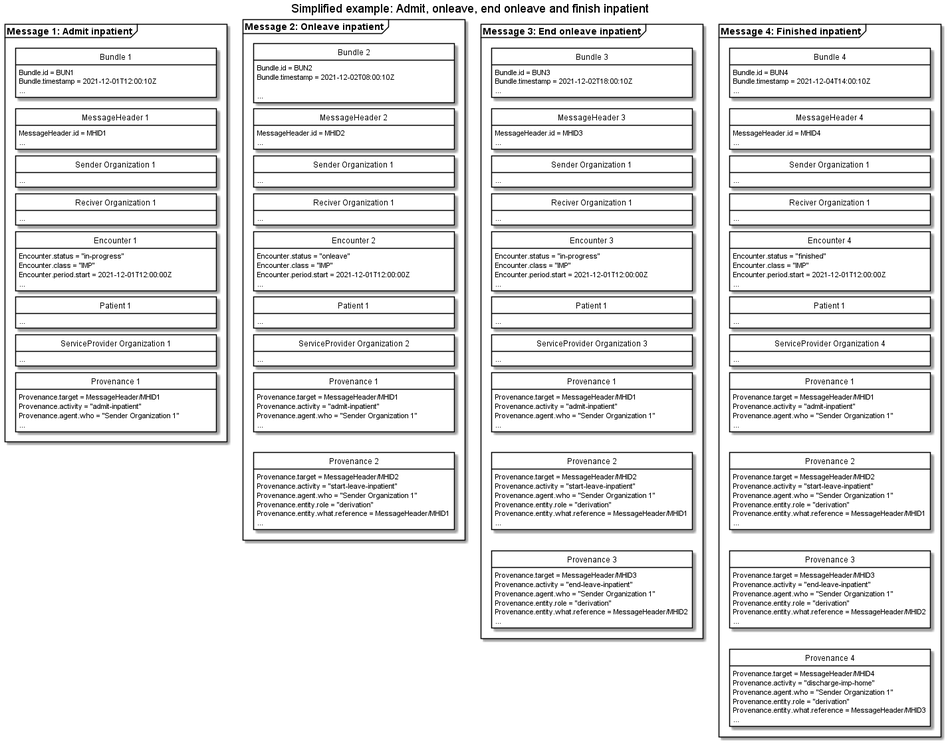
Above: input/images/hospitalnotification/HNAdmitOnleaveEndFinish.png in medcomdk/dk-medcom-hospitalnotification (PlantUML), before the change.
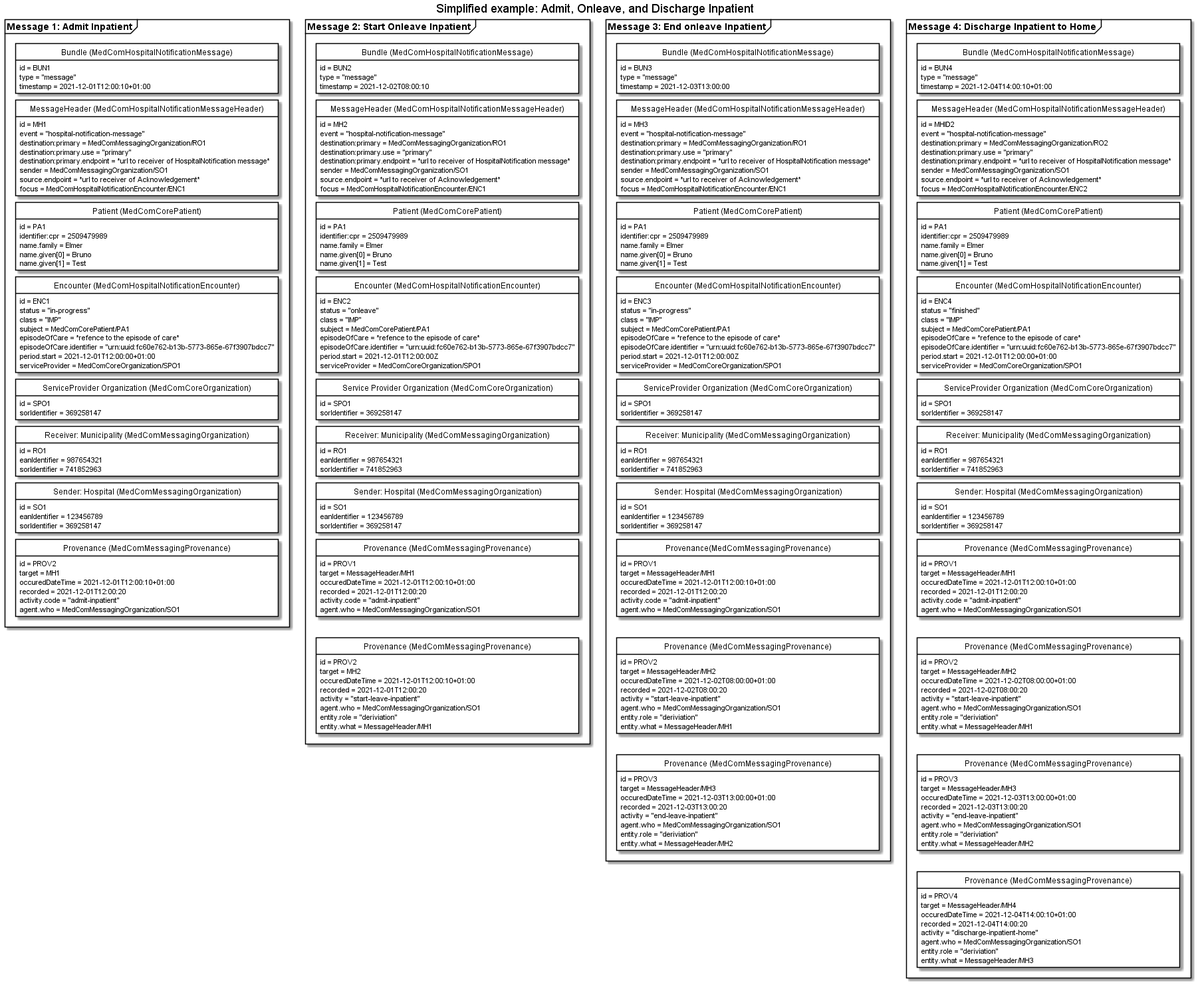
The same diagram one commit later.

Commit message:
Simplified examples updated

What changed in the source:
```diff
@@ -11,241 +11,335 @@
 skinparam Ranksep 10
 
 
-title Simplified example: Admit, onleave, end onleave and finish inpatient
+title Simplified example: Admit, Onleave, and Discharge Inpatient
 
 
-package "Message 1: Admit inpatient" as admit <<Frame>>{
-    class "Bundle 1" as admitB {
-        Bundle.id = BUN1
-        Bundle.timestamp = 2021-12-01T12:00:10Z
-        ...
+package "Message 1: Admit Inpatient" as admit <<Frame>>{
+    class "Bundle (MedComHospitalNotificationMessage)" as admitB{
+        id = BUN1
+        type = "message"
+        timestamp = 2021-12-01T12:00:10+01:00
     }
-    class "MessageHeader 1" as admitMH{
-        MessageHeader.id = MHID1
-        ...
+    class "MessageHeader (MedComHospitalNotificationMessageHeader)" as admitMH{
+        id = MH1
+        event = "hospital-notification-message"
+        destination:primary = MedComMessagingOrganization/RO1
+        destination:primary.use = "primary"
+        destination:primary.endpoint = *url to receiver of HospitalNotification message*
+        sender = MedComMessagingOrganization/SO1
+        source.endpoint = *url to receiver of Acknowledgement*
+        focus = MedComHospitalNotificationEncounter/ENC1
     }
-    class "Sender Organization 1" as admitSOrg{
-        ...
+    class "Patient (MedComCorePatient)" as admitPT{
+        id = PA1
+        identifier:cpr = 2509479989
+        name.family = Elmer
+        name.given[0] = Bruno
+        name.given[1] = Test
     }
-    class "Reciver Organization 1" as admitROrg{
-        ...
+    class "Encounter (MedComHospitalNotificationEncounter)" as admitENC{
+        id = ENC1
+        status = "in-progress"
+        class = "IMP"
+        subject = MedComCorePatient/PA1
+        episodeOfCare = *refence to the episode of care*
+        episodeOfCare.identifier = "urn:uuid:fc60e762-b13b-5773-865e-67f3907bdcc7"
+        period.start = 2021-12-01T12:00:00+01:00
+        serviceProvider = MedComCoreOrganization/SPO1
     }
-    class "Encounter 1" as admitENC{
-        Encounter.status = "in-progress"
-        Encounter.class = "IMP"
-        Encounter.period.start = 2021-12-01T12:00:00Z
-        ...
+    class "ServiceProvider Organization (MedComCoreOrganization)" as admitSPOrg{
+        id = SPO1
+        sorIdentifier = 369258147
     }
-    class "Patient 1" as admitPT{
-        ...
+    class "Receiver: Municipality (MedComMessagingOrganization)" as admitROrg{
+        id = RO1
+        eanIdentifier = 987654321
+        sorIdentifier = 741852963
     }
-    class "ServiceProvider Organization 1" as admitSPOrg{
-        ...
+    class "Sender: Hospital (MedComMessagingOrganization)" as admitSOrg{
+        id = SO1
+        eanIdentifier = 123456789
+        sorIdentifier = 369258147
     }
-    class "Provenance 1" as admitPRO{
-        Provenance.target = MessageHeader/MHID1
-        Provenance.activity = "admit-inpatient"
-        Provenance.agent.who = "Sender Organization 1"
-        ...
+    class "Provenance (MedComMessagingProvenance)" as admitPRO{
+        id = PROV2
+        target = MH1
+        occuredDateTime = 2021-12-01T12:00:10+01:00
+        recorded = 2021-12-01T12:00:20
+        activity.code = "admit-inpatient"
+        agent.who = MedComMessagingOrganization/SO1
     }
 
 admitB -[hidden]- admitMH
-admitMH -[hidden]- admitSOrg
-admitSOrg-[hidden]-admitROrg
-admitROrg-[hidden]-admitENC
-admitENC-[hidden]-admitPT
-admitPT-[hidden]-admitSPOrg
-admitSPOrg-[hidden]-admitPRO
-
-
-
+admitMH-[hidden]-admitPT
+admitPT-[hidden]-admitENC
+admitENC-[hidden]-admitSPOrg
+admitSPOrg-[hidden]-admitROrg
+admitROrg-[hidden]-admitSOrg
+admitSOrg-[hidden]-admitPRO
 }
 
-package "Message 2: Onleave inpatient" as Onleave <<Frame>> {
-    class "Bundle 2" as onleaveB {
-        Bundle.id = BUN2
-        Bundle.timestamp = 2021-12-02T08:00:10Z
+package "Message 2: Start Onleave Inpatient" as Onleave <<Frame>> {
+    class "Bundle (MedComHospitalNotificationMessage)" as onleaveB {
+        id = BUN2
+        type = "message"
+        timestamp = 2021-12-02T08:00:10
+    }
+    class "MessageHeader (MedComHospitalNotificationMessageHeader)" as onleaveMH{
+        id = MH2
+        event = "hospital-notification-message"
+        destination:primary = MedComMessagingOrganization/RO1
+        destination:primary.use = "primary"
+        destination:primary.endpoint = *url to receiver of HospitalNotification message*
+        sender = MedComMessagingOrganization/SO1
+        source.endpoint = *url to receiver of Acknowledgement*
+        focus = MedComHospitalNotificationEncounter/ENC1
+    }
+    class "Patient (MedComCorePatient)" as onleavePT{
+        id = PA1
+        identifier:cpr = 2509479989
+        name.family = Elmer
+        name.given[0] = Bruno
+        name.given[1] = Test
+    }
+    class "Encounter (MedComHospitalNotificationEncounter)" as onleaveENC{
+        id = ENC2
+        status = "onleave"
+        class = "IMP"
+        subject = MedComCorePatient/PA1
+        episodeOfCare = *refence to the episode of care*
+        episodeOfCare.identifier = "urn:uuid:fc60e762-b13b-5773-865e-67f3907bdcc7"
+        period.start = 2021-12-01T12:00:00Z
+        serviceProvider = MedComCoreOrganization/SPO1
+    }
+    class "Service Provider Organization (MedComCoreOrganization)" as onleaveSPOrg{
+        id = SPO1
+        sorIdentifier = 369258147
+    }
+    class "Receiver: Municipality (MedComMessagingOrganization)" as onleaveROrg{
+        id = RO1
+        eanIdentifier = 987654321
+        sorIdentifier = 741852963
+    }
+    class "Sender: Hospital (MedComMessagingOrganization)" as onleaveSOrg{
+        id = SO1
+        eanIdentifier = 123456789
+        sorIdentifier = 369258147
+    }
+    class "Provenance (MedComMessagingProvenance)" as admitonleavePRO{
+        id = PROV1
+        target = MessageHeader/MH1
+        occuredDateTime = 2021-12-01T12:00:10+01:00
+        recorded = 2021-12-01T12:00:20
+        activity.code = "admit-inpatient"
+        agent.who = MedComMessagingOrganization/SO1
+    }
+    class "Provenance (MedComMessagingProvenance)" as onleavePRO{
+        id = PROV2
+        target = MH2
+        occuredDateTime = 2021-12-01T12:00:10+01:00
+        recorded = 2021-12-01T12:00:20
+        activity = "start-leave-inpatient"
+        agent.who = MedComMessagingOrganization/SO1
+        entity.role = "deriviation"
+        entity.what = MessageHeader/MH1
 
-        ...
-    }
-    class "MessageHeader 2" as onleaveMH{
-        MessageHeader.id = MHID2
-        ...
-    }
-    class "Sender Organization 1" as onleaveSOrg{
-        ...
-    }
-    class "Reciver Organization 1" as onleaveROrg{
-        ...
-    }
-    class "Encounter 2" as onleaveENC{
-        Encounter.status = "onleave"
-        Encounter.class = "IMP"
-        Encounter.period.start = 2021-12-01T12:00:00Z
-        ...
-    }
-    class "Patient 1" as onleavePT{
-        ...
-    }
-    class "ServiceProvider Organization 2" as onleaveSPOrg{
-        ...
-    }
-    class "Provenance 1" as admitonleavePRO{
-        Provenance.target = MessageHeader/MHID1
-        Provenance.activity = "admit-inpatient"
-        Provenance.agent.who = "Sender Organization 1"
-        ...
-    }
-    class "Provenance 2" as onleavePRO{
-        Provenance.target = MessageHeader/MHID2
-        Provenance.activity = "start-leave-inpatient"
-        Provenance.agent.who = "Sender Organization 1"
-        Provenance.entity.role = "derivation"
-        Provenance.entity.what.reference = MessageHeader/MHID1
-        ...
     }
 onleaveB-[hidden]-onleaveMH
-onleaveMH-[hidden]-onleaveSOrg
-onleaveSOrg-[hidden]-onleaveROrg
-onleaveROrg-[hidden]-onleaveENC
-onleaveENC-[hidden]-onleavePT
-onleavePT-[hidden]-onleaveSPOrg
-onleaveSPOrg-[hidden]-admitonleavePRO
+onleaveMH-[hidden]-onleavePT
+onleavePT-[hidden]-onleaveENC
+onleaveENC-[hidden]-onleaveSPOrg
+onleaveSPOrg-[hidden]-onleaveROrg
+onleaveROrg-[hidden]-onleaveSOrg
+onleaveSOrg-[hidden]-admitonleavePRO
 admitonleavePRO-[hidden]-onleavePRO
 
 }
 
-package "Message 3: End onleave inpatient" as endOnleave <<Frame>> {
-    class "Bundle 3" as endOnleaveB {
-        Bundle.id = BUN3
-        Bundle.timestamp = 2021-12-02T18:00:10Z
-        ...
+package "Message 3: End onleave Inpatient" as endOnleave <<Frame>> {
+    class "Bundle (MedComHospitalNotificationMessage)" as endOnleaveB {
+        id = BUN3
+        type = "message"
+        timestamp = 2021-12-03T13:00:00
     }
-    class "MessageHeader 3" as endOnleaveMH{
-        MessageHeader.id = MHID3
-        ...
+    class "MessageHeader (MedComHospitalNotificationMessageHeader)" as endOnleaveMH{
+        id = MH3
+        event = "hospital-notification-message"
+        destination:primary = MedComMessagingOrganization/RO1
+        destination:primary.use = "primary"
+        destination:primary.endpoint = *url to receiver of HospitalNotification message*
+        sender = MedComMessagingOrganization/SO1
+        source.endpoint = *url to receiver of Acknowledgement*
+        focus = MedComHospitalNotificationEncounter/ENC1
     }
-    class "Sender Organization 1" as endOnleaveSOrg{
-        ...
+    class "Patient (MedComCorePatient)" as endOnleavePT{
+        id = PA1
+        identifier:cpr = 2509479989
+        name.family = Elmer
+        name.given[0] = Bruno
+        name.given[1] = Test
     }
-    class "Reciver Organization 1" as endOnleaveROrg{
-        ...
+    class "Encounter (MedComHospitalNotificationEncounter)" as endOnleaveENC{
+        id = ENC3
+        status = "in-progress"
+        class = "IMP"
+        subject = MedComCorePatient/PA1
+        episodeOfCare = *refence to the episode of care*
+        episodeOfCare.identifier = "urn:uuid:fc60e762-b13b-5773-865e-67f3907bdcc7"
+        period.start = 2021-12-01T12:00:00Z
+        serviceProvider = MedComCoreOrganization/SPO1
     }
-    class "Encounter 3" as endOnleaveENC{
-        Encounter.status = "in-progress"
-        Encounter.class = "IMP"
-        Encounter.period.start = 2021-12-01T12:00:00Z
-        ...
+    class "ServiceProvider Organization (MedComCoreOrganization)" as endOnleaveSPOrg{
+        id = SPO1
+        sorIdentifier = 369258147
     }
-    class "Patient 1" as endOnleavePT{
-        ...
+    class "Receiver: Municipality (MedComMessagingOrganization)" as endOnleaveROrg{
+        id = RO1
+        eanIdentifier = 987654321
+        sorIdentifier = 741852963
     }
-    class "ServiceProvider Organization 3" as endOnleaveSPOrg{
-        ...
+    class "Sender: Hospital (MedComMessagingOrganization)" as endOnleaveSOrg{
+        id = SO1
+        eanIdentifier = 123456789
+        sorIdentifier = 369258147
     }
-    class "Provenance 1" as admitendOnleavePRO{
-        Provenance.target = MessageHeader/MHID1
-        Provenance.activity = "admit-inpatient"
-        Provenance.agent.who = "Sender Organization 1"
-        ...
+    class "Provenance(MedComMessagingProvenance)" as admitendOnleavePRO{
+        id = PROV1
+        target = MessageHeader/MH1
+        occuredDateTime = 2021-12-01T12:00:10+01:00
+        recorded = 2021-12-01T12:00:20
+        activity.code = "admit-inpatient"
+        agent.who = MedComMessagingOrganization/SO1
     }
-    class "Provenance 2" as onleaveendOnleavePRO{
-        Provenance.target = MessageHeader/MHID2
-        Provenance.activity = "start-leave-inpatient"
-        Provenance.agent.who = "Sender Organization 1"
-        Provenance.entity.role = "derivation"
-        Provenance.entity.what.reference = MessageHeader/MHID1
-        ...
+    class "Provenance (MedComMessagingProvenance)" as onleaveendOnleavePRO{
+        id = PROV2
+        target = MessageHeader/MH2
+        occuredDateTime = 2021-12-02T08:00:00+01:00
+        recorded = 2021-12-02T08:00:20
+        activity = "start-leave-inpatient"
+        agent.who = MedComMessagingOrganization/SO1
+        entity.role = "deriviation"
+        entity.what = MessageHeader/MH1
     }
-    class "Provenance 3" as endOnleavePRO{
-        Provenance.target = MessageHeader/MHID3
-        Provenance.activity = "end-leave-inpatient"
-        Provenance.agent.who = "Sender Organization 1"
-        Provenance.entity.role = "derivation"
-        Provenance.entity.what.reference = MessageHeader/MHID2
-        ...
+    class "Provenance (MedComMessagingProvenance)" as endOnleavePRO{
+        id = PROV3
+        target = MessageHeader/MH3
+        occuredDateTime = 2021-12-03T13:00:00+01:00
+        recorded = 2021-12-03T13:00:20
+        activity = "end-leave-inpatient"
+        agent.who = MedComMessagingOrganization/SO1
+        entity.role = "deriviation"
+        entity.what = MessageHeader/MH2
     }
 endOnleaveB-[hidden]-endOnleaveMH
-endOnleaveMH-[hidden]-endOnleaveSOrg
-endOnleaveSOrg-[hidden]-endOnleaveROrg
-endOnleaveROrg-[hidden]-endOnleaveENC
-endOnleaveENC-[hidden]-endOnleavePT
-endOnleavePT-[hidden]-endOnleaveSPOrg
-endOnleaveSPOrg-[hidden]-admitendOnleavePRO
+endOnleaveMH-[hidden]-endOnleavePT
+endOnleavePT-[hidden]-endOnleaveENC
+endOnleaveENC-[hidden]-endOnleaveSPOrg
+endOnleaveSPOrg-[hidden]-endOnleaveROrg
+endOnleaveROrg-[hidden]-endOnleaveSOrg
+endOnleaveSOrg-[hidden]-admitendOnleavePRO
 admitendOnleavePRO-[hidden]-onleaveendOnleavePRO
 onleaveendOnleavePRO-[hidden]-endOnleavePRO
 
 }
 
 
-package "Message 4: Finished inpatient" as finished <<Frame>> {
-    class "Bundle 4" as finishedB {
-        Bundle.id = BUN4
-        Bundle.timestamp = 2021-12-04T14:00:10Z
-        ...
+package "Message 4: Discharge Inpatient to Home" as finished <<Frame>>{
+    class "Bundle (MedComHospitalNotificationMessage)" as finishedB{
+        id = BUN4
+        type = "message"
+        timestamp = 2021-12-04T14:00:10+01:00
     }
-    class "MessageHeader 4" as finishedMH{
-        MessageHeader.id = MHID4
-        ...
+    class "MessageHeader (MedComHospitalNotificationMessageHeader)" as finishedMH{
+        id = MHID2
+        event = "hospital-notification-message"
+        destination:primary = MedComMessagingOrganization/RO2
+        destination:primary.use = "primary"
+        destination:primary.endpoint = *url to receiver of HospitalNotification message*
+        sender = MedComMessagingOrganization/SO1
+        source.endpoint = *url to receiver of Acknowledgement*
+        focus = MedComHospitalNotificationEncounter/ENC2
     }
-    class "Sender Organization 1" as finishedSOrg{
-        ...
+    class "Patient (MedComCorePatient)" as finishedPT{
+        id = PA1
+        identifier:cpr = 2509479989
+        name.family = Elmer
+        name.given[0] = Bruno
+        name.given[1] = Test
     }
-    class "Reciver Organization 1" as finishedROrg{
-        ...
+    class "Encounter (MedComHospitalNotificationEncounter)" as finishedENC{
+        id = ENC4
+        status = "finished"
+        class = "IMP"
+        subject = MedComCorePatient/PA1
+        episodeOfCare = *refence to the episode of care*
+        episodeOfCare.identifier = "urn:uuid:fc60e762-b13b-5773-865e-67f3907bdcc7"
+        period.start = 2021-12-01T12:00:00+01:00
+        serviceProvider = MedComCoreOrganization/SPO1
     }
-    class "Encounter 4" as finishedENC{
-        Encounter.status = "finished"
-        Encounter.class = "IMP"
-        Encounter.period.start = 2021-12-01T12:00:00Z
-        ...
+    class "ServiceProvider Organization (MedComCoreOrganization)" as finishedSPOrg{
+        id = SPO1
+        sorIdentifier = 369258147
     }
-    class "Patient 1" as finishedPT{
-        ...
+    class "Receiver: Municipality (MedComMessagingOrganization)" as finishedROrg{
+        id = RO1
+        eanIdentifier = 987654321
+        sorIdentifier = 741852963
     }
-    class "ServiceProvider Organization 4" as finishedSPOrg{
-        ...
+    class "Sender: Hospital (MedComMessagingOrganization)" as finishedSOrg{
+        id = SO1
+        eanIdentifier = 123456789
+        sorIdentifier = 369258147
     }
-    class "Provenance 1" as admitfinishedPRO{
-        Provenance.target = MessageHeader/MHID1
-        Provenance.activity = "admit-inpatient"
-        Provenance.agent.who = "Sender Organization 1"
-        ...
+    class "Provenance (MedComMessagingProvenance)" as admitfinishedPRO{
+        id = PROV1
+        target = MessageHeader/MH1
+        occuredDateTime = 2021-12-01T12:00:10+01:00
+        recorded = 2021-12-01T12:00:20
+        activity.code = "admit-inpatient"
+        agent.who = MedComMessagingOrganization/SO1
     }
-    class "Provenance 2" as onleavefinishedPRO{
-        Provenance.target = MessageHeader/MHID2
-        Provenance.activity = "start-leave-inpatient"
-        Provenance.agent.who = "Sender Organization 1"
-        Provenance.entity.role = "derivation"
-        Provenance.entity.what.reference = MessageHeader/MHID1
-        ...
+    class "Provenance (MedComMessagingProvenance)" as startfinishedPRO{
+        id = PROV2
+        target = MessageHeader/MH2
+        occuredDateTime = 2021-12-02T08:00:00+01:00
+        recorded = 2021-12-02T08:00:20
+        activity = "start-leave-inpatient"
+        agent.who = MedComMessagingOrganization/SO1
+        entity.role = "deriviation"
+        entity.what = MessageHeader/MH1
     }
-    class "Provenance 3" as endOnleavefinishedPRO{
-        Provenance.target = MessageHeader/MHID3
-        Provenance.activity = "end-leave-inpatient"
-        Provenance.agent.who = "Sender Organization 1"
-        Provenance.entity.role = "derivation"
-        Provenance.entity.what.reference = MessageHeader/MHID2
-        ...
+    class "Provenance (MedComMessagingProvenance)" as endfinishedPRO{
+        id = PROV3
+        target = MessageHeader/MH3
+        occuredDateTime = 2021-12-03T13:00:00+01:00
+        recorded = 2021-12-03T13:00:20
+        activity = "end-leave-inpatient"
+        agent.who = MedComMessagingOrganization/SO1
+        entity.role = "deriviation"
+        entity.what = MessageHeader/MH2
     }
-    class "Provenance 4" as finishedPRO{
-        Provenance.target = MessageHeader/MHID4
-        Provenance.activity = "discharge-imp-home"
-        Provenance.agent.who = "Sender Organization 1"
-        Provenance.entity.role = "derivation"
-        Provenance.entity.what.reference = MessageHeader/MHID3
-        ...
+    class "Provenance (MedComMessagingProvenance)" as finishedPRO{
+        id = PROV4
+        target = MessageHeader/MH4
+        occuredDateTime = 2021-12-04T14:00:10+01:00
+        recorded = 2021-12-04T14:00:20
+        activity = "discharge-inpatient-home"
+        agent.who = MedComMessagingOrganization/SO1
+        entity.role = "deriviation"
+        entity.what = MessageHeader/MH3
     }
 finishedB-[hidden]-finishedMH
-finishedMH-[hidden]-finishedSOrg
-finishedSOrg-[hidden]-finishedROrg
-finishedROrg-[hidden]-finishedENC
-finishedENC-[hidden]-finishedPT
-finishedPT-[hidden]-finishedSPOrg
-finishedSPOrg-[hidden]-admitfinishedPRO
-admitfinishedPRO-[hidden]-onleavefinishedPRO
-onleavefinishedPRO-[hidden]-endOnleavefinishedPRO
-endOnleavefinishedPRO-[hidden]-finishedPRO
+finishedMH-[hidden]-finishedPT
+finishedPT-[hidden]-finishedENC
+finishedENC-[hidden]-finishedSPOrg
+finishedSPOrg-[hidden]-finishedROrg
+finishedROrg-[hidden]-finishedSOrg
+finishedSOrg-[hidden]-admitfinishedPRO
+admitfinishedPRO-[hidden]-startfinishedPRO
+startfinishedPRO-[hidden]-endfinishedPRO
+endfinishedPRO-[hidden]-finishedPRO
+
 
 }
 
```
